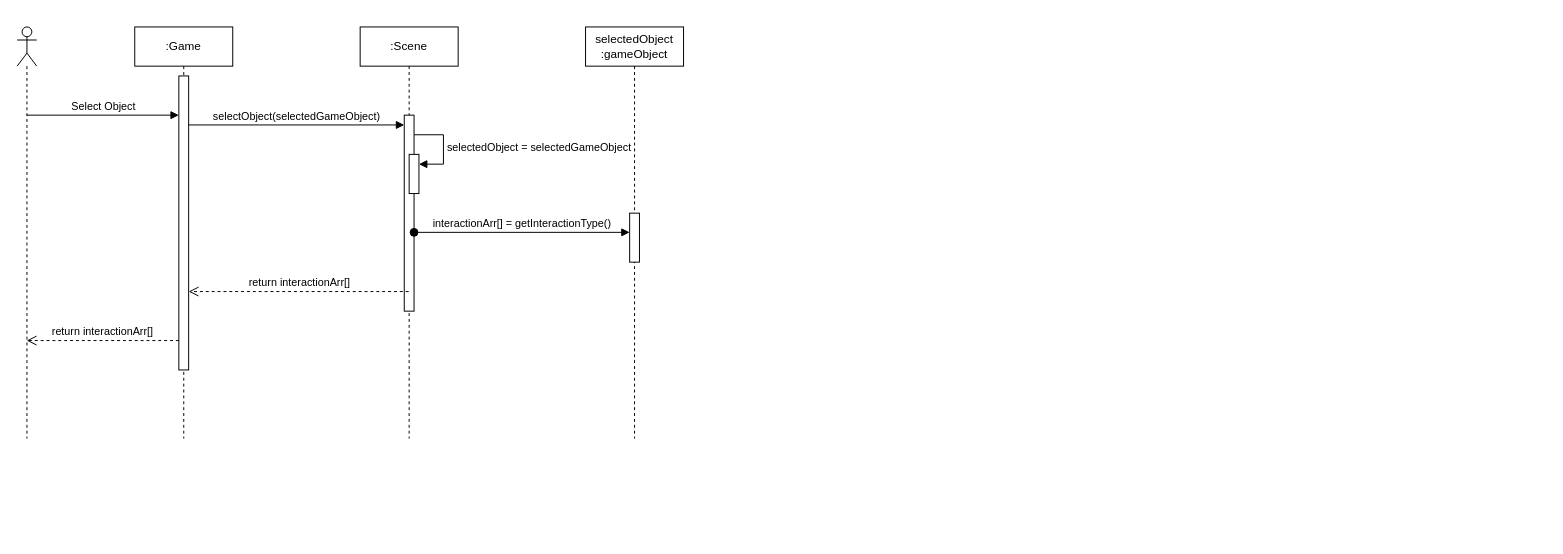
The draw.io diagram page "selectObject" (2 of 6) of domain-model.drawio in Jesper-R/PA1460, before the edit. Source tidied: cells renumbered, new cells numbered last; positions are measured from the earlier drawing's top-left corner, leaving out a move shared by most shapes. Both pictures are drawn from the tidied source at 98%, with x=0, y=0 at pixel (17, 26).
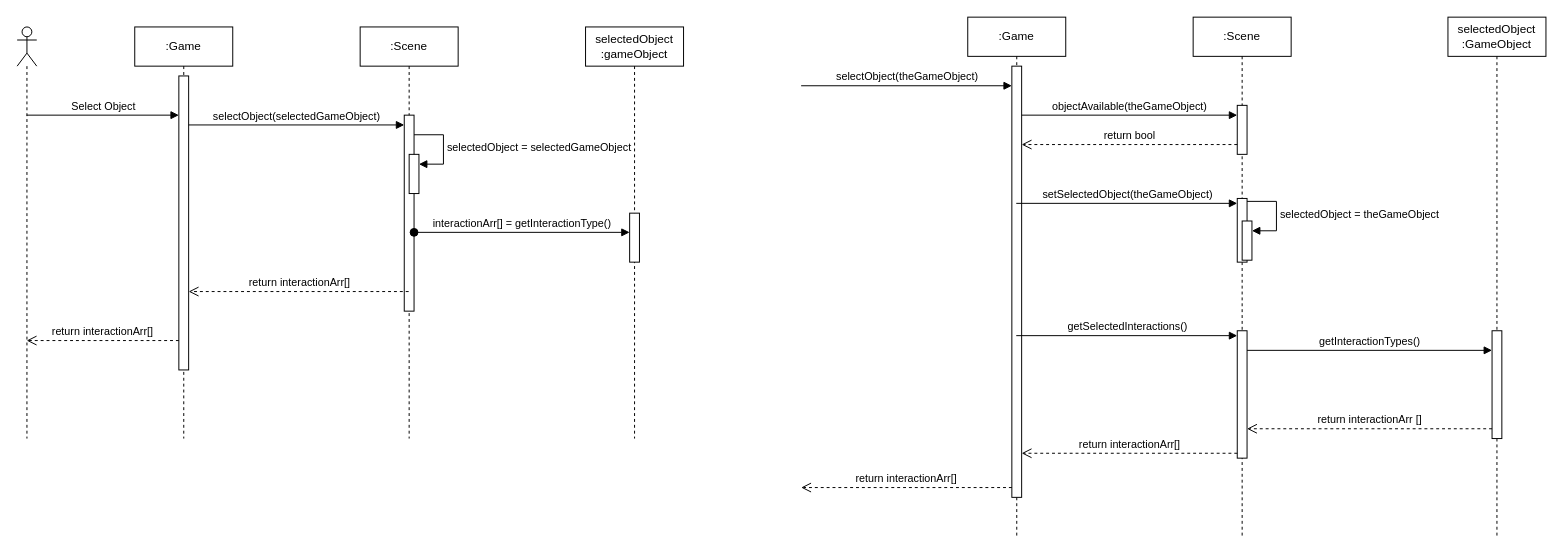
The same diagram, later.

The change refers to these unchanged cells:
```xml
<mxCell id="4" value=":Scene" style="shape=umlLifeline;perimeter=lifelinePerimeter;whiteSpace=wrap;html=1;newEdgeStyle={&quot;curved&quot;:0,&quot;rounded&quot;:0};" parent="1" vertex="1">
  <mxGeometry x="350" width="100" height="420" as="geometry" />
</mxCell>
<mxCell id="6" style="html=1;points=[[0,0,0,0,5],[0,1,0,0,-5],[1,0,0,0,5],[1,1,0,0,-5]];perimeter=orthogonalPerimeter;outlineConnect=0;targetShapes=umlLifeline;portConstraint=eastwest;newEdgeStyle={&quot;curved&quot;:0,&quot;rounded&quot;:0};" parent="4" vertex="1">
  <mxGeometry x="50" y="130" width="10" height="40" as="geometry" />
</mxCell>
```

What changed in the source:
```diff
@@
     <mxCell id="7" value="selectedObject = selectedGameObject" style="html=1;align=left;spacingLeft=2;endArrow=block;rounded=0;edgeStyle=orthogonalEdgeStyle;curved=0;rounded=0;" parent="4" edge="1" target="6">
-      <mxGeometry relative="1" as="geometry">
+      <mxGeometry x="0.01" relative="1" as="geometry">
         <mxPoint x="55" y="110" as="sourcePoint" />
         <Array as="points">
           <mxPoint x="85" y="140" />
         </Array>
       </mxGeometry>
     </mxCell>
@@
+    <mxCell id="16" value=":Game" style="shape=umlLifeline;perimeter=lifelinePerimeter;whiteSpace=wrap;html=1;outlineConnect=0;portConstraint=eastwest;newEdgeStyle={&quot;curved&quot;:0,&quot;rounded&quot;:0};" parent="1" vertex="1">
+      <mxGeometry x="970" y="-10" width="100" height="530" as="geometry" />
+    </mxCell>
+    <mxCell id="17" style="html=1;points=[[0,0,0,0,5],[0,1,0,0,-5],[1,0,0,0,5],[1,1,0,0,-5]];perimeter=orthogonalPerimeter;outlineConnect=0;targetShapes=umlLifeline;portConstraint=eastwest;newEdgeStyle={&quot;curved&quot;:0,&quot;rounded&quot;:0};" parent="16" vertex="1">
+      <mxGeometry x="45" y="50" width="10" height="440" as="geometry" />
+    </mxCell>
+    <mxCell id="18" value=":Scene" style="shape=umlLifeline;perimeter=lifelinePerimeter;whiteSpace=wrap;html=1;newEdgeStyle={&quot;curved&quot;:0,&quot;rounded&quot;:0};" parent="1" vertex="1">
+      <mxGeometry x="1200" y="-10" width="100" height="530" as="geometry" />
+    </mxCell>
+    <mxCell id="19" style="html=1;perimeter=orthogonalPerimeter;targetShapes=umlLifeline;newEdgeStyle={&quot;curved&quot;:0,&quot;rounded&quot;:0};" parent="18" vertex="1">
+      <mxGeometry x="45" y="90" width="10" height="50" as="geometry" />
+    </mxCell>
+    <mxCell id="20" style="html=1;points=[[0,0,0,0,5],[0,1,0,0,-5],[1,0,0,0,5],[1,1,0,0,-5]];perimeter=orthogonalPerimeter;outlineConnect=0;targetShapes=umlLifeline;portConstraint=eastwest;newEdgeStyle={&quot;curved&quot;:0,&quot;rounded&quot;:0};" parent="18" vertex="1">
+      <mxGeometry x="45" y="320" width="10" height="130" as="geometry" />
+    </mxCell>
+    <mxCell id="21" style="html=1;points=[[0,0,0,0,5],[0,1,0,0,-5],[1,0,0,0,5],[1,1,0,0,-5]];perimeter=orthogonalPerimeter;outlineConnect=0;targetShapes=umlLifeline;portConstraint=eastwest;newEdgeStyle={&quot;curved&quot;:0,&quot;rounded&quot;:0};" parent="18" vertex="1">
+      <mxGeometry x="45" y="185" width="10" height="65" as="geometry" />
+    </mxCell>
+    <mxCell id="22" style="html=1;points=[[0,0,0,0,5],[0,1,0,0,-5],[1,0,0,0,5],[1,1,0,0,-5]];perimeter=orthogonalPerimeter;outlineConnect=0;targetShapes=umlLifeline;portConstraint=eastwest;newEdgeStyle={&quot;curved&quot;:0,&quot;rounded&quot;:0};" parent="18" vertex="1">
+      <mxGeometry x="50" y="208" width="10" height="40" as="geometry" />
+    </mxCell>
+    <mxCell id="23" value="selectedObject = theGameObject" style="html=1;align=left;spacingLeft=2;endArrow=block;rounded=0;edgeStyle=orthogonalEdgeStyle;curved=0;rounded=0;" parent="18" edge="1" target="22">
+      <mxGeometry relative="1" as="geometry">
+        <mxPoint x="55" y="188" as="sourcePoint" />
+        <Array as="points">
+          <mxPoint x="85" y="218" />
+        </Array>
+      </mxGeometry>
+    </mxCell>
+    <mxCell id="24" value="selectedObject&lt;br&gt;:GameObject" style="shape=umlLifeline;perimeter=lifelinePerimeter;whiteSpace=wrap;html=1;newEdgeStyle={&quot;curved&quot;:0,&quot;rounded&quot;:0};" parent="1" vertex="1">
+      <mxGeometry x="1460" y="-10" width="100" height="530" as="geometry" />
+    </mxCell>
+    <mxCell id="25" style="html=1;points=[[0,0,0,0,5],[0,1,0,0,-5],[1,0,0,0,5],[1,1,0,0,-5]];perimeter=orthogonalPerimeter;outlineConnect=0;targetShapes=umlLifeline;portConstraint=eastwest;newEdgeStyle={&quot;curved&quot;:0,&quot;rounded&quot;:0};" parent="24" vertex="1">
+      <mxGeometry x="45" y="320" width="10" height="110" as="geometry" />
+    </mxCell>
+    <mxCell id="26" value="selectObject(theGameObject)" style="html=1;verticalAlign=bottom;endArrow=block;curved=0;rounded=0;" parent="1" edge="1">
+      <mxGeometry relative="1" as="geometry">
+        <mxPoint x="800" y="60" as="sourcePoint" />
+        <mxPoint x="1015" y="60" as="targetPoint" />
+      </mxGeometry>
+    </mxCell>
+    <mxCell id="27" value="objectAvailable(theGameObject)" style="html=1;verticalAlign=bottom;endArrow=block;curved=0;rounded=0;entryX=0;entryY=0;entryDx=0;entryDy=5;" parent="1" edge="1">
+      <mxGeometry relative="1" as="geometry">
+        <mxPoint x="1025" y="90" as="sourcePoint" />
+        <mxPoint x="1245" y="90" as="targetPoint" />
+      </mxGeometry>
+    </mxCell>
+    <mxCell id="28" value="getSelectedInteractions()" style="html=1;verticalAlign=bottom;endArrow=block;curved=0;rounded=0;entryX=0;entryY=0;entryDx=0;entryDy=5;" parent="1" edge="1" source="16" target="20">
+      <mxGeometry relative="1" as="geometry" />
+    </mxCell>
+    <mxCell id="29" value="return interactionArr[]" style="html=1;verticalAlign=bottom;endArrow=open;dashed=1;endSize=8;curved=0;rounded=0;exitX=0;exitY=1;exitDx=0;exitDy=-5;fontStyle=0;" parent="1" edge="1" source="20" target="17">
+      <mxGeometry relative="1" as="geometry" />
+    </mxCell>
+    <mxCell id="30" value="return interactionArr[]" style="html=1;verticalAlign=bottom;endArrow=open;dashed=1;endSize=8;curved=0;rounded=0;fontStyle=0;" parent="1" edge="1">
+      <mxGeometry relative="1" as="geometry">
+        <mxPoint x="1015" y="470" as="sourcePoint" />
+        <mxPoint x="800" y="470" as="targetPoint" />
+      </mxGeometry>
+    </mxCell>
+    <mxCell id="31" value="getInteractionTypes()" style="html=1;verticalAlign=bottom;endArrow=block;curved=0;rounded=0;entryX=0;entryY=0;entryDx=0;entryDy=5;" parent="1" edge="1">
+      <mxGeometry relative="1" as="geometry">
+        <mxPoint x="1255" y="330" as="sourcePoint" />
+        <mxPoint x="1505" y="330" as="targetPoint" />
+      </mxGeometry>
+    </mxCell>
+    <mxCell id="32" value="return interactionArr []" style="html=1;verticalAlign=bottom;endArrow=open;dashed=1;endSize=8;curved=0;rounded=0;" parent="1" edge="1" source="25">
+      <mxGeometry relative="1" as="geometry">
+        <mxPoint x="1255" y="410" as="targetPoint" />
+      </mxGeometry>
+    </mxCell>
+    <mxCell id="33" value="setSelectedObject(theGameObject)" style="html=1;verticalAlign=bottom;endArrow=block;curved=0;rounded=0;entryX=0;entryY=0;entryDx=0;entryDy=5;" parent="1" edge="1" source="16" target="21">
+      <mxGeometry relative="1" as="geometry" />
+    </mxCell>
+    <mxCell id="34" value="return bool" style="html=1;verticalAlign=bottom;endArrow=open;dashed=1;endSize=8;curved=0;rounded=0;fontStyle=0;" parent="1" edge="1">
+      <mxGeometry relative="1" as="geometry">
+        <mxPoint x="1245" y="120" as="sourcePoint" />
+        <mxPoint x="1025" y="120" as="targetPoint" />
+      </mxGeometry>
+    </mxCell>
```
